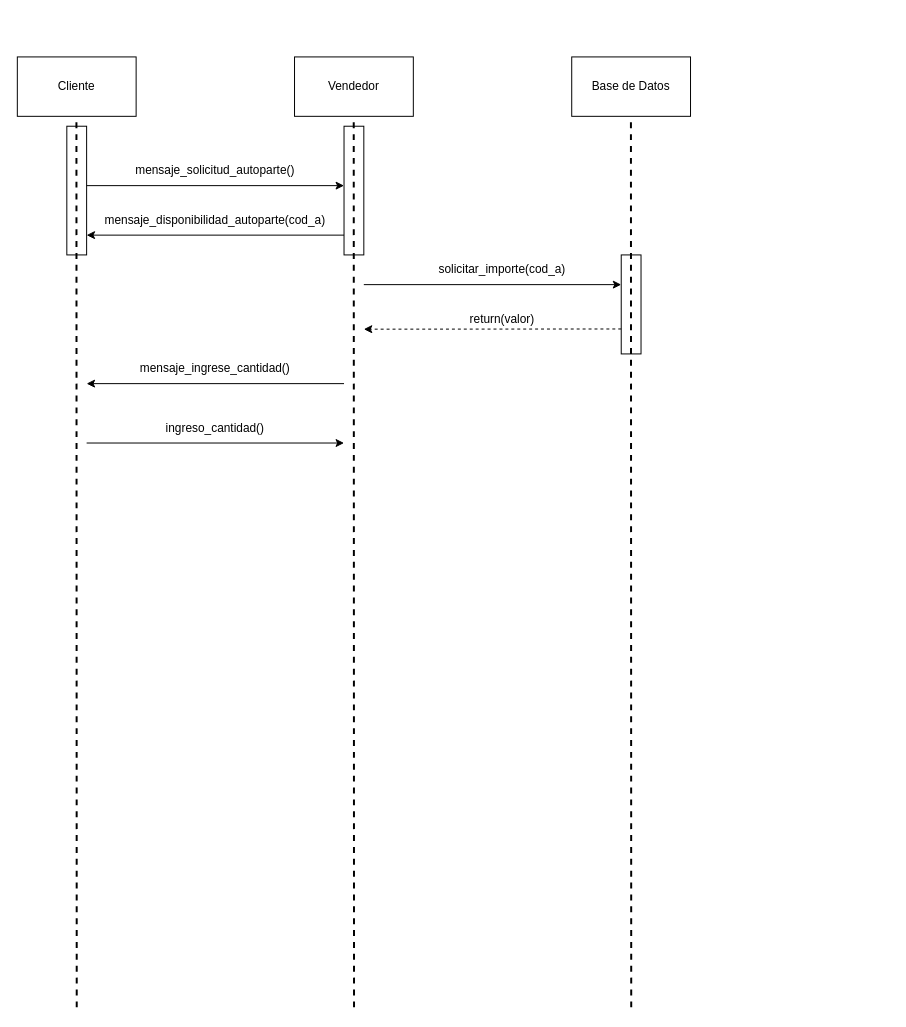
KLL3o/Proyecto-Interdisciplinario-Fabrica-de-Autopartes keeps this draw.io diagram as Diagrama de secuencia.drawio. Above is the earlier version. Source tidied: cells renumbered, new cells numbered last; positions are measured from the earlier drawing's top-left corner, leaving out a move shared by most shapes. Both pictures are drawn from the tidied source at 99%, with x=0, y=0 at pixel (17, 56).
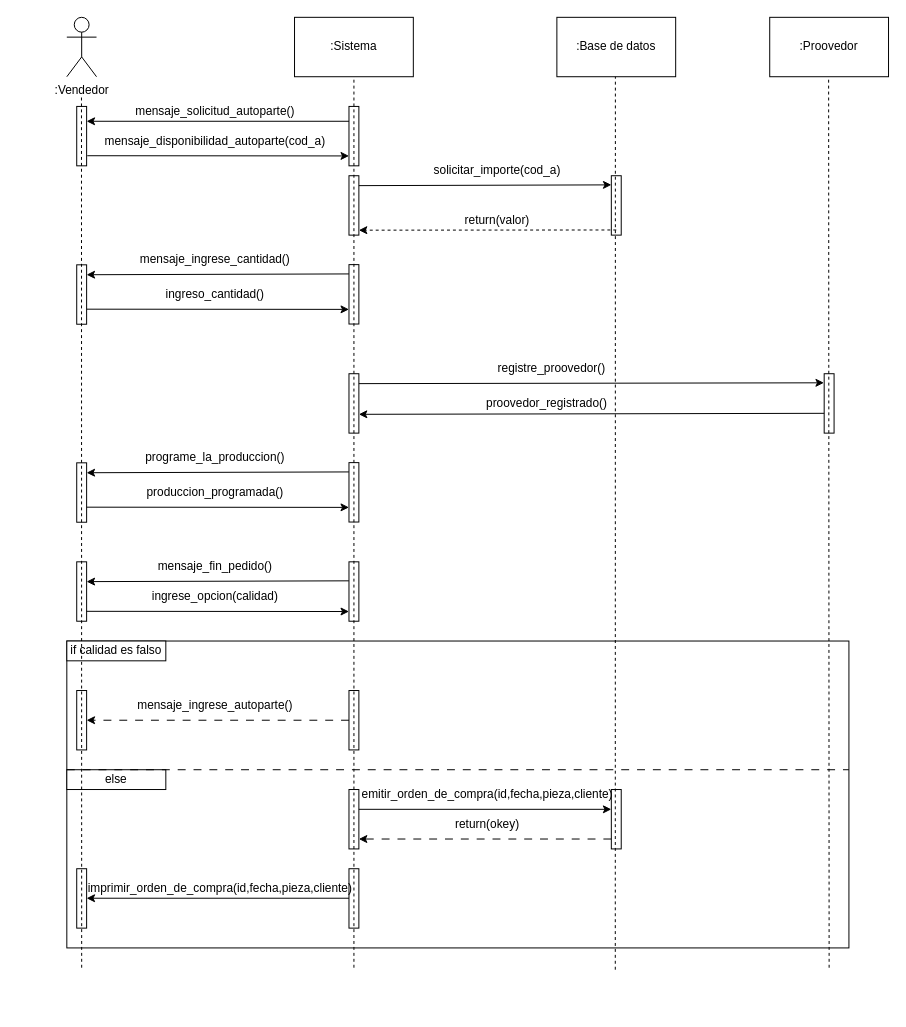
After the change.

What changed in the source:
```diff
@@
-    <mxCell id="2" style="rounded=0;whiteSpace=wrap;html=1;" parent="1" vertex="1">
-      <mxGeometry x="610" y="200" width="20" height="100" as="geometry" />
-    </mxCell>
-    <mxCell id="3" style="rounded=0;whiteSpace=wrap;html=1;" parent="1" vertex="1">
-      <mxGeometry x="50" y="70" width="20" height="130" as="geometry" />
-    </mxCell>
-    <mxCell id="4" style="rounded=0;whiteSpace=wrap;html=1;" parent="1" vertex="1">
-      <mxGeometry x="330" y="70" width="20" height="130" as="geometry" />
-    </mxCell>
-    <mxCell id="5" value="Vendedor" style="rounded=0;whiteSpace=wrap;html=1;" parent="1" vertex="1">
-      <mxGeometry x="280" width="120" height="60" as="geometry" />
-    </mxCell>
-    <mxCell id="6" value="Base de Datos" style="rounded=0;whiteSpace=wrap;html=1;" parent="1" vertex="1">
-      <mxGeometry x="560" width="120" height="60" as="geometry" />
-    </mxCell>
-    <mxCell id="7" value="Cliente" style="rounded=0;whiteSpace=wrap;html=1;" parent="1" vertex="1">
-      <mxGeometry width="120" height="60" as="geometry" />
-    </mxCell>
-    <mxCell id="8" style="endArrow=none;dashed=1;html=1;strokeWidth=2;rounded=0;startSize=7;" parent="1" edge="1">
-      <mxGeometry relative="1" as="geometry">
-        <mxPoint x="60" y="960" as="sourcePoint" />
-        <mxPoint x="59.7" y="60" as="targetPoint" />
-      </mxGeometry>
-    </mxCell>
-    <mxCell id="9" style="endArrow=none;dashed=1;html=1;strokeWidth=2;rounded=0;startSize=7;" parent="1" edge="1">
-      <mxGeometry relative="1" as="geometry">
-        <mxPoint x="340.1" y="960" as="sourcePoint" />
-        <mxPoint x="339.8" y="60" as="targetPoint" />
-      </mxGeometry>
-    </mxCell>
-    <mxCell id="10" style="endArrow=classic;html=1;exitX=0;exitY=0.211;exitDx=0;exitDy=0;exitPerimeter=0;" parent="1" edge="1">
-      <mxGeometry relative="1" as="geometry">
-        <mxPoint x="70" y="130" as="sourcePoint" />
-        <mxPoint x="330" y="130" as="targetPoint" />
-      </mxGeometry>
-    </mxCell>
+    <mxCell id="23" style="rounded=0;whiteSpace=wrap;html=1;" parent="1" vertex="1">
+      <mxGeometry x="50" y="590" width="790" height="310" as="geometry" />
+    </mxCell>
+    <mxCell id="24" style="rounded=0;whiteSpace=wrap;html=1;" parent="1" vertex="1">
+      <mxGeometry x="60" y="820" width="10" height="60" as="geometry" />
+    </mxCell>
+    <mxCell id="25" style="rounded=0;whiteSpace=wrap;html=1;" parent="1" vertex="1">
+      <mxGeometry x="335" y="820" width="10" height="60" as="geometry" />
+    </mxCell>
+    <mxCell id="26" style="rounded=0;whiteSpace=wrap;html=1;" parent="1" vertex="1">
+      <mxGeometry x="600" y="740" width="10" height="60" as="geometry" />
+    </mxCell>
+    <mxCell id="27" style="rounded=0;whiteSpace=wrap;html=1;" parent="1" vertex="1">
+      <mxGeometry x="335" y="740" width="10" height="60" as="geometry" />
+    </mxCell>
+    <mxCell id="28" value="else" style="rounded=0;whiteSpace=wrap;html=1;" parent="1" vertex="1">
+      <mxGeometry x="50" y="720" width="100" height="20" as="geometry" />
+    </mxCell>
+    <mxCell id="29" style="rounded=0;whiteSpace=wrap;html=1;" parent="1" vertex="1">
+      <mxGeometry x="335" y="640" width="10" height="60" as="geometry" />
+    </mxCell>
+    <mxCell id="30" style="rounded=0;whiteSpace=wrap;html=1;" parent="1" vertex="1">
+      <mxGeometry x="60" y="640" width="10" height="60" as="geometry" />
+    </mxCell>
+    <mxCell id="31" value="if calidad es falso" style="rounded=0;whiteSpace=wrap;html=1;" parent="1" vertex="1">
+      <mxGeometry x="50" y="590" width="100" height="20" as="geometry" />
+    </mxCell>
+    <mxCell id="32" style="rounded=0;whiteSpace=wrap;html=1;" parent="1" vertex="1">
+      <mxGeometry x="335" y="510" width="10" height="60" as="geometry" />
+    </mxCell>
+    <mxCell id="33" style="rounded=0;whiteSpace=wrap;html=1;" parent="1" vertex="1">
+      <mxGeometry x="60" y="510" width="10" height="60" as="geometry" />
+    </mxCell>
+    <mxCell id="34" style="rounded=0;whiteSpace=wrap;html=1;" parent="1" vertex="1">
+      <mxGeometry x="335" y="409.8" width="10" height="60" as="geometry" />
+    </mxCell>
+    <mxCell id="35" style="rounded=0;whiteSpace=wrap;html=1;" parent="1" vertex="1">
+      <mxGeometry x="60" y="410" width="10" height="60" as="geometry" />
+    </mxCell>
+    <mxCell id="36" style="endArrow=classic;html=1;exitX=-0.012;exitY=0.154;exitDx=0;exitDy=0;exitPerimeter=0;" parent="1" edge="1">
+      <mxGeometry relative="1" as="geometry">
+        <mxPoint x="334.9" y="419.2" as="sourcePoint" />
+        <mxPoint x="70" y="420" as="targetPoint" />
+      </mxGeometry>
+    </mxCell>
+    <mxCell id="37" value="programe_la_produccion()" style="text;html=1;whiteSpace=wrap;strokeColor=none;fillColor=none;align=center;verticalAlign=middle;rounded=0;" parent="1" vertex="1">
+      <mxGeometry x="120" y="390" width="160" height="30" as="geometry" />
+    </mxCell>
+    <mxCell id="38" style="endArrow=classic;html=1;exitX=0;exitY=0.211;exitDx=0;exitDy=0;exitPerimeter=0;entryX=0;entryY=0.75;entryDx=0;entryDy=0;" parent="1" edge="1">
+      <mxGeometry relative="1" as="geometry">
+        <mxPoint x="70" y="454.8" as="sourcePoint" />
+        <mxPoint x="335" y="455" as="targetPoint" />
+      </mxGeometry>
+    </mxCell>
+    <mxCell id="39" value="produccion_programada()" style="text;html=1;whiteSpace=wrap;strokeColor=none;fillColor=none;align=center;verticalAlign=middle;rounded=0;" parent="1" vertex="1">
+      <mxGeometry x="120" y="424.8" width="160" height="30" as="geometry" />
+    </mxCell>
+    <mxCell id="40" style="rounded=0;whiteSpace=wrap;html=1;" parent="1" vertex="1">
+      <mxGeometry x="335" y="120" width="10" height="60" as="geometry" />
+    </mxCell>
+    <mxCell id="41" style="rounded=0;whiteSpace=wrap;html=1;" parent="1" vertex="1">
+      <mxGeometry x="815" y="320" width="10" height="60" as="geometry" />
+    </mxCell>
+    <mxCell id="42" style="rounded=0;whiteSpace=wrap;html=1;" parent="1" vertex="1">
+      <mxGeometry x="335" y="320" width="10" height="60" as="geometry" />
+    </mxCell>
+    <mxCell id="43" style="rounded=0;whiteSpace=wrap;html=1;" parent="1" vertex="1">
+      <mxGeometry x="600" y="120" width="10" height="60" as="geometry" />
+    </mxCell>
+    <mxCell id="44" style="rounded=0;whiteSpace=wrap;html=1;" parent="1" vertex="1">
+      <mxGeometry x="335" y="209.8" width="10" height="60" as="geometry" />
+    </mxCell>
+    <mxCell id="45" style="rounded=0;whiteSpace=wrap;html=1;" parent="1" vertex="1">
+      <mxGeometry x="60" y="210" width="10" height="60" as="geometry" />
+    </mxCell>
+    <mxCell id="46" style="rounded=0;whiteSpace=wrap;html=1;" parent="1" vertex="1">
+      <mxGeometry x="335" y="50" width="10" height="60" as="geometry" />
+    </mxCell>
+    <mxCell id="47" style="rounded=0;whiteSpace=wrap;html=1;" parent="1" vertex="1">
+      <mxGeometry x="60" y="50" width="10" height="60" as="geometry" />
+    </mxCell>
+    <mxCell id="48" value=":Vendedor" style="shape=umlActor;verticalLabelPosition=bottom;verticalAlign=top;html=1;" parent="1" vertex="1">
+      <mxGeometry x="50" y="-40" width="30" height="60" as="geometry" />
+    </mxCell>
+    <mxCell id="49" value=":Sistema" style="rounded=0;whiteSpace=wrap;html=1;" parent="1" vertex="1">
+      <mxGeometry x="280" y="-40" width="120" height="60" as="geometry" />
+    </mxCell>
+    <mxCell id="50" value=":Base de datos" style="rounded=0;whiteSpace=wrap;html=1;" parent="1" vertex="1">
+      <mxGeometry x="545" y="-40" width="120" height="60" as="geometry" />
+    </mxCell>
+    <mxCell id="51" style="endArrow=none;dashed=1;html=1;rounded=0;" parent="1" edge="1">
+      <mxGeometry relative="1" as="geometry">
+        <mxPoint x="604" y="922" as="sourcePoint" />
+        <mxPoint x="604.1" y="20" as="targetPoint" />
+      </mxGeometry>
+    </mxCell>
+    <mxCell id="52" style="endArrow=none;dashed=1;html=1;rounded=0;" parent="1" edge="1">
+      <mxGeometry relative="1" as="geometry">
+        <mxPoint x="65" y="920" as="sourcePoint" />
+        <mxPoint x="64.8" y="40" as="targetPoint" />
+      </mxGeometry>
+    </mxCell>
+    <mxCell id="53" style="endArrow=classic;html=1;rounded=0;exitX=0;exitY=0.25;exitDx=0;exitDy=0;entryX=1;entryY=0.25;entryDx=0;entryDy=0;" parent="1" edge="1" source="46" target="47">
+      <mxGeometry relative="1" as="geometry" />
+    </mxCell>
-    <mxCell id="11" value="mensaje_solicitud_autoparte()" style="text;html=1;whiteSpace=wrap;strokeColor=none;fillColor=none;align=center;verticalAlign=middle;rounded=0;" parent="1" vertex="1">
-      <mxGeometry x="120" y="100" width="160" height="30" as="geometry" />
+    <mxCell id="11" value="mensaje_solicitud_autoparte()" style="text;strokeColor=none;align=center;fillColor=none;html=1;verticalAlign=middle;whiteSpace=wrap;rounded=0;" parent="1" vertex="1">
+      <mxGeometry x="170" y="40" width="60" height="30" as="geometry" />
     </mxCell>
-    <mxCell id="12" style="endArrow=none;dashed=1;html=1;strokeWidth=2;rounded=0;startSize=7;" parent="1" edge="1">
-      <mxGeometry relative="1" as="geometry">
-        <mxPoint x="620.1" y="960" as="sourcePoint" />
-        <mxPoint x="619.8" y="60" as="targetPoint" />
-      </mxGeometry>
-    </mxCell>
-    <mxCell id="13" style="endArrow=classic;html=1;exitX=0;exitY=0.211;exitDx=0;exitDy=0;exitPerimeter=0;" parent="1" edge="1">
-      <mxGeometry relative="1" as="geometry">
-        <mxPoint x="330" y="180" as="sourcePoint" />
-        <mxPoint x="70" y="180" as="targetPoint" />
-      </mxGeometry>
-    </mxCell>
+    <mxCell id="54" style="endArrow=classic;html=1;rounded=0;exitX=1.064;exitY=0.83;exitDx=0;exitDy=0;entryX=1;entryY=0.25;entryDx=0;entryDy=0;exitPerimeter=0;" parent="1" edge="1" source="47">
+      <mxGeometry relative="1" as="geometry">
+        <mxPoint x="335" y="100" as="targetPoint" />
+      </mxGeometry>
+    </mxCell>
-    <mxCell id="14" value="mensaje_disponibilidad_autoparte(cod_a)" style="text;html=1;whiteSpace=wrap;strokeColor=none;fillColor=none;align=center;verticalAlign=middle;rounded=0;" parent="1" vertex="1">
-      <mxGeometry x="90" y="150" width="220" height="30" as="geometry" />
+    <mxCell id="14" value="mensaje_disponibilidad_autoparte(cod_a)" style="text;strokeColor=none;align=center;fillColor=none;html=1;verticalAlign=middle;whiteSpace=wrap;rounded=0;" parent="1" vertex="1">
+      <mxGeometry x="170" y="70" width="60" height="30" as="geometry" />
     </mxCell>
-    <mxCell id="15" style="endArrow=classic;html=1;exitX=0;exitY=0.211;exitDx=0;exitDy=0;exitPerimeter=0;" parent="1" edge="1">
-      <mxGeometry relative="1" as="geometry">
-        <mxPoint x="350" y="230" as="sourcePoint" />
-        <mxPoint x="610" y="230" as="targetPoint" />
-      </mxGeometry>
-    </mxCell>
+    <mxCell id="55" style="endArrow=classic;html=1;exitX=-0.012;exitY=0.154;exitDx=0;exitDy=0;exitPerimeter=0;" parent="1" edge="1">
+      <mxGeometry relative="1" as="geometry">
+        <mxPoint x="334.9" y="219.2" as="sourcePoint" />
+        <mxPoint x="70" y="220" as="targetPoint" />
+      </mxGeometry>
+    </mxCell>
+    <mxCell id="20" value="mensaje_ingrese_cantidad()" style="text;html=1;whiteSpace=wrap;strokeColor=none;fillColor=none;align=center;verticalAlign=middle;rounded=0;" parent="1" vertex="1">
+      <mxGeometry x="120" y="190" width="160" height="30" as="geometry" />
+    </mxCell>
+    <mxCell id="56" style="endArrow=classic;html=1;exitX=0;exitY=0.211;exitDx=0;exitDy=0;exitPerimeter=0;entryX=0;entryY=0.75;entryDx=0;entryDy=0;" parent="1" edge="1">
+      <mxGeometry relative="1" as="geometry">
+        <mxPoint x="70" y="254.8" as="sourcePoint" />
+        <mxPoint x="335" y="255" as="targetPoint" />
+      </mxGeometry>
+    </mxCell>
+    <mxCell id="22" value="ingreso_cantidad()" style="text;html=1;whiteSpace=wrap;strokeColor=none;fillColor=none;align=center;verticalAlign=middle;rounded=0;" parent="1" vertex="1">
+      <mxGeometry x="120" y="224.8" width="160" height="30" as="geometry" />
+    </mxCell>
+    <mxCell id="57" style="endArrow=classic;html=1;exitX=0;exitY=0.211;exitDx=0;exitDy=0;exitPerimeter=0;entryX=0.006;entryY=0.154;entryDx=0;entryDy=0;entryPerimeter=0;" parent="1" edge="1" target="43">
+      <mxGeometry relative="1" as="geometry">
+        <mxPoint x="345" y="130" as="sourcePoint" />
+      </mxGeometry>
+    </mxCell>
     <mxCell id="16" value="solicitar_importe(cod_a)" style="text;html=1;whiteSpace=wrap;strokeColor=none;fillColor=none;align=center;verticalAlign=middle;rounded=0;" parent="1" vertex="1">
-      <mxGeometry x="410" y="200" width="160" height="30" as="geometry" />
+      <mxGeometry x="405" y="100" width="160" height="30" as="geometry" />
     </mxCell>
-    <mxCell id="17" style="endArrow=classic;html=1;exitX=0;exitY=0.211;exitDx=0;exitDy=0;exitPerimeter=0;dashed=1;entryX=1;entryY=0.5;entryDx=0;entryDy=0;" parent="1" edge="1">
-      <mxGeometry relative="1" as="geometry">
-        <mxPoint x="610" y="274.8" as="sourcePoint" />
-        <mxPoint x="350" y="275" as="targetPoint" />
-      </mxGeometry>
-    </mxCell>
+    <mxCell id="58" style="endArrow=classic;html=1;exitX=0;exitY=0.211;exitDx=0;exitDy=0;exitPerimeter=0;dashed=1;entryX=1;entryY=0.5;entryDx=0;entryDy=0;" parent="1" edge="1">
+      <mxGeometry relative="1" as="geometry">
+        <mxPoint x="605" y="174.8" as="sourcePoint" />
+        <mxPoint x="345" y="175" as="targetPoint" />
+      </mxGeometry>
+    </mxCell>
     <mxCell id="18" value="return(valor)" style="text;html=1;whiteSpace=wrap;strokeColor=none;fillColor=none;align=center;verticalAlign=middle;rounded=0;" parent="1" vertex="1">
-      <mxGeometry x="410" y="250" width="160" height="30" as="geometry" />
+      <mxGeometry x="405" y="150" width="160" height="30" as="geometry" />
     </mxCell>
-    <mxCell id="19" style="endArrow=classic;html=1;exitX=0;exitY=0.211;exitDx=0;exitDy=0;exitPerimeter=0;" parent="1" edge="1">
-      <mxGeometry relative="1" as="geometry">
-        <mxPoint x="330" y="330" as="sourcePoint" />
-        <mxPoint x="70" y="330" as="targetPoint" />
-      </mxGeometry>
-    </mxCell>
-    <mxCell id="20" value="mensaje_ingrese_cantidad()" style="text;html=1;whiteSpace=wrap;strokeColor=none;fillColor=none;align=center;verticalAlign=middle;rounded=0;" parent="1" vertex="1">
-      <mxGeometry x="120" y="300" width="160" height="30" as="geometry" />
-    </mxCell>
-    <mxCell id="21" style="endArrow=classic;html=1;exitX=0;exitY=0.211;exitDx=0;exitDy=0;exitPerimeter=0;" parent="1" edge="1">
-      <mxGeometry relative="1" as="geometry">
-        <mxPoint x="70" y="390" as="sourcePoint" />
-        <mxPoint x="330" y="390" as="targetPoint" />
-      </mxGeometry>
-    </mxCell>
-    <mxCell id="22" value="ingreso_cantidad()" style="text;html=1;whiteSpace=wrap;strokeColor=none;fillColor=none;align=center;verticalAlign=middle;rounded=0;" parent="1" vertex="1">
-      <mxGeometry x="120" y="360" width="160" height="30" as="geometry" />
-    </mxCell>
+    <mxCell id="59" style="endArrow=none;dashed=1;html=1;rounded=0;" parent="1" edge="1">
+      <mxGeometry relative="1" as="geometry">
+        <mxPoint x="340" y="920" as="sourcePoint" />
+        <mxPoint x="340" y="20" as="targetPoint" />
+      </mxGeometry>
+    </mxCell>
+    <mxCell id="60" value=":Proovedor" style="rounded=0;whiteSpace=wrap;html=1;" parent="1" vertex="1">
+      <mxGeometry x="760" y="-40" width="120" height="60" as="geometry" />
+    </mxCell>
+    <mxCell id="61" style="endArrow=none;dashed=1;html=1;rounded=0;" parent="1" edge="1">
+      <mxGeometry relative="1" as="geometry">
+        <mxPoint x="820" y="920" as="sourcePoint" />
+        <mxPoint x="819.5" y="20" as="targetPoint" />
+      </mxGeometry>
+    </mxCell>
+    <mxCell id="62" style="endArrow=classic;html=1;rounded=0;entryX=-0.029;entryY=0.153;entryDx=0;entryDy=0;entryPerimeter=0;" parent="1" edge="1" target="41">
+      <mxGeometry relative="1" as="geometry">
+        <mxPoint x="345" y="330" as="sourcePoint" />
+      </mxGeometry>
+    </mxCell>
+    <mxCell id="63" style="endArrow=classic;html=1;rounded=0;entryX=-0.029;entryY=0.153;entryDx=0;entryDy=0;entryPerimeter=0;" parent="1" edge="1">
+      <mxGeometry relative="1" as="geometry">
+        <mxPoint x="815" y="360" as="sourcePoint" />
+        <mxPoint x="345" y="361" as="targetPoint" />
+      </mxGeometry>
+    </mxCell>
+    <mxCell id="64" value="registre_proovedor()" style="text;strokeColor=none;align=center;fillColor=none;html=1;verticalAlign=middle;whiteSpace=wrap;rounded=0;" parent="1" vertex="1">
+      <mxGeometry x="510" y="300" width="60" height="30" as="geometry" />
+    </mxCell>
+    <mxCell id="65" value="proovedor_registrado()" style="text;strokeColor=none;align=center;fillColor=none;html=1;verticalAlign=middle;whiteSpace=wrap;rounded=0;" parent="1" vertex="1">
+      <mxGeometry x="505" y="335" width="60" height="30" as="geometry" />
+    </mxCell>
+    <mxCell id="66" style="endArrow=classic;html=1;exitX=-0.012;exitY=0.154;exitDx=0;exitDy=0;exitPerimeter=0;" parent="1" edge="1">
+      <mxGeometry relative="1" as="geometry">
+        <mxPoint x="334.9" y="529.2" as="sourcePoint" />
+        <mxPoint x="70" y="530" as="targetPoint" />
+      </mxGeometry>
+    </mxCell>
+    <mxCell id="67" value="mensaje_fin_pedido()" style="text;html=1;whiteSpace=wrap;strokeColor=none;fillColor=none;align=center;verticalAlign=middle;rounded=0;" parent="1" vertex="1">
+      <mxGeometry x="120" y="500" width="160" height="30" as="geometry" />
+    </mxCell>
+    <mxCell id="68" style="endArrow=classic;html=1;exitX=0;exitY=0.211;exitDx=0;exitDy=0;exitPerimeter=0;entryX=0;entryY=0.75;entryDx=0;entryDy=0;" parent="1" edge="1">
+      <mxGeometry relative="1" as="geometry">
+        <mxPoint x="70" y="560" as="sourcePoint" />
+        <mxPoint x="335" y="560.2" as="targetPoint" />
+      </mxGeometry>
+    </mxCell>
+    <mxCell id="69" value="ingrese_opcion(calidad)" style="text;html=1;whiteSpace=wrap;strokeColor=none;fillColor=none;align=center;verticalAlign=middle;rounded=0;" parent="1" vertex="1">
+      <mxGeometry x="120" y="530" width="160" height="30" as="geometry" />
+    </mxCell>
+    <mxCell id="70" style="endArrow=classic;html=1;rounded=0;exitX=0;exitY=0.5;exitDx=0;exitDy=0;entryX=1;entryY=0.5;entryDx=0;entryDy=0;dashed=1;dashPattern=8 8;" parent="1" edge="1" source="29" target="30">
+      <mxGeometry relative="1" as="geometry" />
+    </mxCell>
+    <mxCell id="71" value="mensaje_ingrese_autoparte()" style="text;strokeColor=none;align=center;fillColor=none;html=1;verticalAlign=middle;whiteSpace=wrap;rounded=0;" parent="1" vertex="1">
+      <mxGeometry x="170" y="640" width="60" height="30" as="geometry" />
+    </mxCell>
+    <mxCell id="72" style="endArrow=none;dashed=1;html=1;rounded=0;dashPattern=8 8;" parent="1" edge="1">
+      <mxGeometry relative="1" as="geometry">
+        <mxPoint x="50" y="720" as="sourcePoint" />
+        <mxPoint x="840" y="720" as="targetPoint" />
+      </mxGeometry>
+    </mxCell>
+    <mxCell id="73" style="endArrow=classic;html=1;rounded=0;" parent="1" edge="1">
+      <mxGeometry relative="1" as="geometry">
+        <mxPoint x="345" y="760" as="sourcePoint" />
+        <mxPoint x="600" y="760" as="targetPoint" />
+      </mxGeometry>
+    </mxCell>
+    <mxCell id="74" value="emitir_orden_de_compra(id,fecha,pieza,cliente)" style="text;strokeColor=none;align=center;fillColor=none;html=1;verticalAlign=middle;whiteSpace=wrap;rounded=0;" parent="1" vertex="1">
+      <mxGeometry x="445" y="730" width="60" height="30" as="geometry" />
+    </mxCell>
+    <mxCell id="75" style="endArrow=classic;html=1;rounded=0;dashed=1;dashPattern=8 8;" parent="1" edge="1">
+      <mxGeometry relative="1" as="geometry">
+        <mxPoint x="600" y="790" as="sourcePoint" />
+        <mxPoint x="345" y="790" as="targetPoint" />
+      </mxGeometry>
+    </mxCell>
+    <mxCell id="76" value="return(okey)" style="text;strokeColor=none;align=center;fillColor=none;html=1;verticalAlign=middle;whiteSpace=wrap;rounded=0;" parent="1" vertex="1">
+      <mxGeometry x="445" y="760" width="60" height="30" as="geometry" />
+    </mxCell>
+    <mxCell id="77" style="endArrow=classic;html=1;rounded=0;exitX=0;exitY=0.5;exitDx=0;exitDy=0;entryX=1;entryY=0.5;entryDx=0;entryDy=0;" parent="1" edge="1">
+      <mxGeometry relative="1" as="geometry">
+        <mxPoint x="335" y="849.8" as="sourcePoint" />
+        <mxPoint x="70" y="849.8" as="targetPoint" />
+      </mxGeometry>
+    </mxCell>
+    <mxCell id="78" value="imprimir_orden_de_compra(id,fecha,pieza,cliente)" style="text;strokeColor=none;align=center;fillColor=none;html=1;verticalAlign=middle;whiteSpace=wrap;rounded=0;" parent="1" vertex="1">
+      <mxGeometry x="180" y="830" width="50" height="20" as="geometry" />
+    </mxCell>
```
